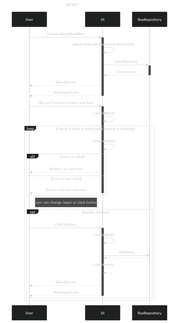
Before: documentation/SD-UC1.png, a diagram exported from Mermaid (DMOoF25-Team-11-2/GettingReal). Its source is kept beside it as documentation/SD-UC1.mmd. Source of this version:
```mermaid
---
config:
  theme: dark
  look: classic
  layout: dagre
title: SD-UC1
description: |
  Sekvensdiagram for UC1 - Opret kasse
  Brugeren vælger "Opret kasse" fra kasse-menuen og indtaster kassenummer pg evt beskrivelse af kassen.
  Systemet returnerer til kasse-menuen.
  Kassen oprettes i systemet.
---
sequenceDiagram
    participant User
    participant UI
    participant BoxRepository

    User->>+UI: Choose MenuShowBox
    UI->>UI: MainFrame.Navigate(new BoxView())
    UI->>+BoxRepository: GetAllBoxes()
    BoxRepository-->>-UI: List<Boxes>
    UI-->>User: ShowBoxList
    UI-->>-User: ShowInputForm
    loop Check if form is valid (until button is clicked)
    User->>+UI: Fill out Form for create new Box
        UI->>UI: IsFormValid()
        alt Form is valid
            UI-->>User: Button Can execute
        else Form is not valid
            UI-->>-User: Button Can not execute
        end
        note right of User: User can change input or click button
        opt Button clicked
             User->>+UI: Click Button
            UI->>UI: CreateBox()
            UI->>BoxRepository: Add(Box)
            BoxRepository-->>UI:
            UI-->>UI: ClearForm()
            UI-->>User: ShowBoxList
            UI-->>-User: ShowInputForm
        end
    end
```
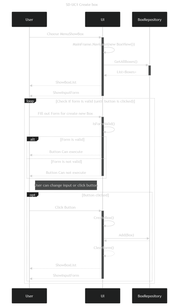
Later version of the same file.

Change to the diagram source:
```diff
@@ -3,7 +3,7 @@
   theme: dark
   look: classic
   layout: dagre
-title: SD-UC1
+title: SD-UC1 Create box
 description: |
   Sekvensdiagram for UC1 - Opret kasse
   Brugeren vælger "Opret kasse" fra kasse-menuen og indtaster kassenummer pg evt beskrivelse af kassen.
```
